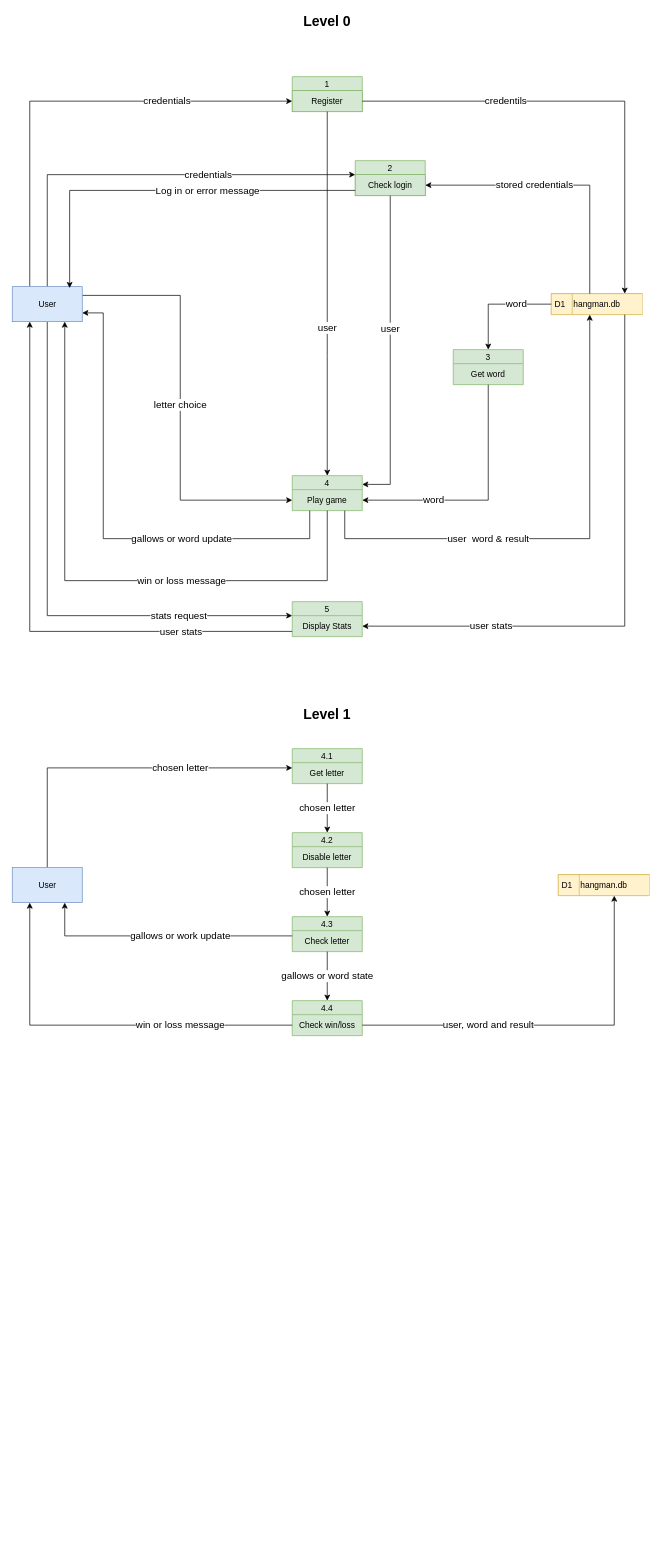
Earlier version of the draw.io diagram page "DFD" (5 of 7) of scenario/scenario_unit_2.drawio (DamoM73/digital-solutions-text). Source tidied: cells renumbered, new cells numbered last; positions are measured from the earlier drawing's top-left corner, leaving out a move shared by most shapes. Both pictures are drawn from the tidied source at 70%, with x=0, y=0 at pixel (12, 13).
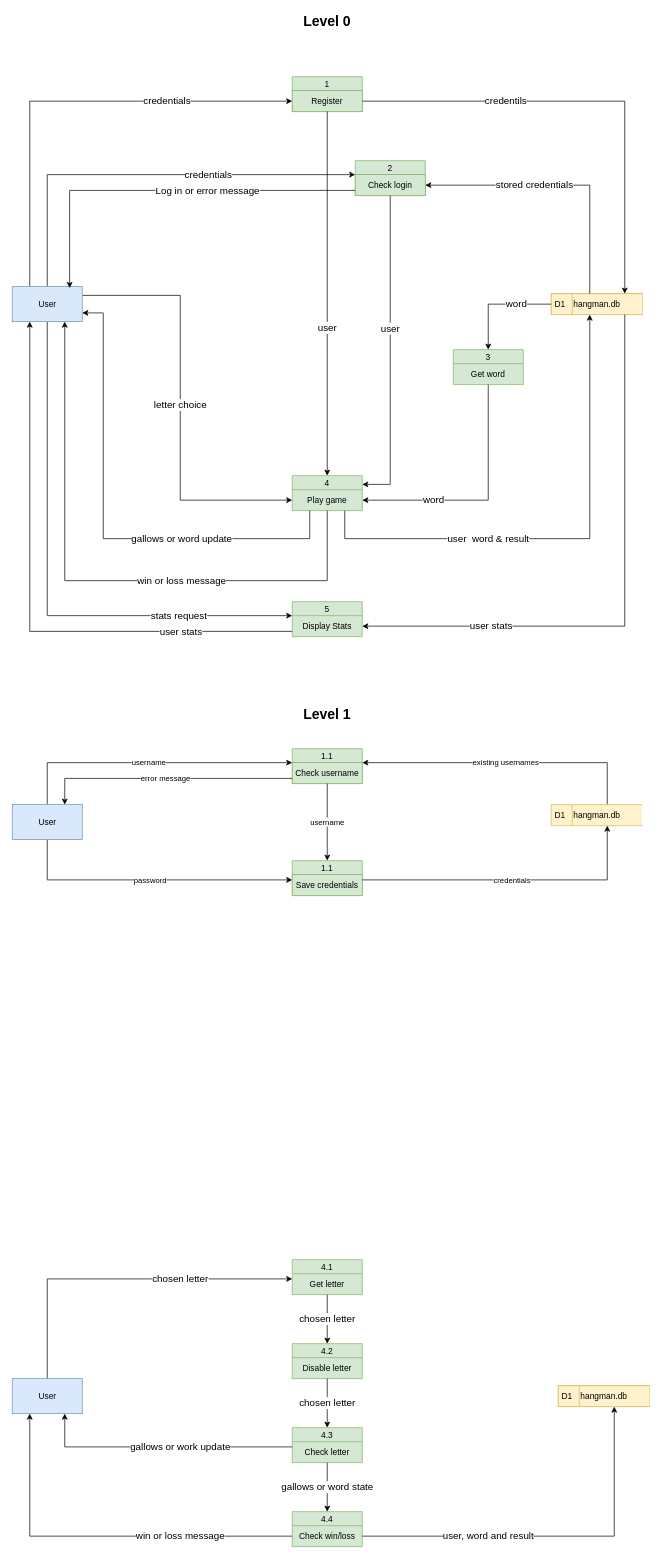
The same page after the edit.

What changed in the source:
```diff
@@
     <mxCell id="18" value="4.1" style="swimlane;fontStyle=0;horizontal=1;startSize=20;fillColor=#d5e8d4;swimlaneFillColor=#D5E8D4;strokeColor=#82b366;" parent="1" vertex="1">
-      <mxGeometry x="400" y="1050" width="100" height="50" as="geometry" />
+      <mxGeometry x="400" y="1780" width="100" height="50" as="geometry" />
     </mxCell>
@@
     <mxCell id="20" value="4.2" style="swimlane;fontStyle=0;horizontal=1;startSize=20;fillColor=#d5e8d4;swimlaneFillColor=#D5E8D4;strokeColor=#82b366;" parent="1" vertex="1">
-      <mxGeometry x="400" y="1170" width="100" height="50" as="geometry" />
+      <mxGeometry x="400" y="1900" width="100" height="50" as="geometry" />
     </mxCell>
@@
     <mxCell id="22" value="4.4" style="swimlane;fontStyle=0;horizontal=1;startSize=20;fillColor=#d5e8d4;swimlaneFillColor=#D5E8D4;strokeColor=#82b366;" parent="1" vertex="1">
-      <mxGeometry x="400" y="1410" width="100" height="50" as="geometry" />
+      <mxGeometry x="400" y="2140" width="100" height="50" as="geometry" />
     </mxCell>
@@
     <mxCell id="36" value="User" style="html=1;dashed=0;whitespace=wrap;fillColor=#dae8fc;strokeColor=#6c8ebf;" parent="1" vertex="1">
-      <mxGeometry y="1220" width="100" height="50" as="geometry" />
+      <mxGeometry y="1950" width="100" height="50" as="geometry" />
     </mxCell>
@@
     <mxCell id="40" value="4.3" style="swimlane;fontStyle=0;horizontal=1;startSize=20;fillColor=#d5e8d4;swimlaneFillColor=#D5E8D4;strokeColor=#82b366;" parent="1" vertex="1">
-      <mxGeometry x="400" y="1290" width="100" height="50" as="geometry" />
+      <mxGeometry x="400" y="2020" width="100" height="50" as="geometry" />
     </mxCell>
@@
     <mxCell id="50" style="group;align=left;fillColor=#fff2cc;strokeColor=#d6b656;" parent="1" vertex="1">
-      <mxGeometry x="780" y="1230" width="130" height="30" as="geometry" />
+      <mxGeometry x="780" y="1960" width="130" height="30" as="geometry" />
     </mxCell>
@@
+    <mxCell id="53" value="username" style="edgeStyle=orthogonalEdgeStyle;rounded=0;jettySize=auto;html=1;exitX=0.5;exitY=0;exitDx=0;exitDy=0;entryX=0;entryY=0;entryDx=0;entryDy=0;" parent="1" edge="1" source="55" target="57">
+      <mxGeometry relative="1" as="geometry">
+        <Array as="points">
+          <mxPoint x="50" y="1070" />
+        </Array>
+      </mxGeometry>
+    </mxCell>
+    <mxCell id="54" value="password" style="edgeStyle=orthogonalEdgeStyle;rounded=0;jettySize=auto;html=1;exitX=0.5;exitY=1;exitDx=0;exitDy=0;entryX=0;entryY=0.25;entryDx=0;entryDy=0;" parent="1" edge="1" source="55" target="64">
+      <mxGeometry relative="1" as="geometry" />
+    </mxCell>
+    <mxCell id="55" value="User" style="html=1;dashed=0;whitespace=wrap;fillColor=#dae8fc;strokeColor=#6c8ebf;" parent="1" vertex="1">
+      <mxGeometry y="1130" width="100" height="50" as="geometry" />
+    </mxCell>
+    <mxCell id="56" value="1.1" style="swimlane;fontStyle=0;horizontal=1;startSize=20;fillColor=#d5e8d4;swimlaneFillColor=#ffffff;strokeColor=#82b366;" parent="1" vertex="1">
+      <mxGeometry x="400" y="1050" width="100" height="50" as="geometry" />
+    </mxCell>
+    <mxCell id="57" value="Check username" style="text;html=1;strokeColor=#82b366;fillColor=#d5e8d4;align=center;verticalAlign=middle;whiteSpace=wrap;rounded=0;" parent="56" vertex="1">
+      <mxGeometry y="20" width="100" height="30" as="geometry" />
+    </mxCell>
+    <mxCell id="58" value="existing usernames" style="edgeStyle=orthogonalEdgeStyle;rounded=0;jettySize=auto;html=1;exitX=0.5;exitY=0;exitDx=0;exitDy=0;entryX=1;entryY=0;entryDx=0;entryDy=0;" parent="1" edge="1" source="62" target="57">
+      <mxGeometry relative="1" as="geometry">
+        <Array as="points">
+          <mxPoint x="850" y="1070" />
+        </Array>
+      </mxGeometry>
+    </mxCell>
+    <mxCell id="59" value="error message" style="edgeStyle=orthogonalEdgeStyle;rounded=0;jettySize=auto;html=1;exitX=0;exitY=0.75;exitDx=0;exitDy=0;entryX=0.75;entryY=0;entryDx=0;entryDy=0;" parent="1" edge="1" source="57" target="55">
+      <mxGeometry relative="1" as="geometry" />
+    </mxCell>
+    <mxCell id="60" style="group;" parent="1" vertex="1">
+      <mxGeometry x="770" y="1130" width="130" height="30" as="geometry" />
+    </mxCell>
+    <mxCell id="61" value="D1" style="html=1;dashed=0;whitespace=wrap;shape=mxgraph.dfd.dataStoreID;align=left;spacingLeft=3;fillColor=#fff2cc;strokeColor=#d6b656;" parent="60" vertex="1">
+      <mxGeometry width="130" height="30" as="geometry" />
+    </mxCell>
+    <mxCell id="62" value="hangman.db" style="text;html=1;strokeColor=none;fillColor=none;align=left;verticalAlign=middle;whiteSpace=wrap;rounded=0;" parent="60" vertex="1">
+      <mxGeometry x="30" width="100" height="30" as="geometry" />
+    </mxCell>
+    <mxCell id="63" value="1.1" style="swimlane;fontStyle=0;horizontal=1;startSize=20;fillColor=#d5e8d4;swimlaneFillColor=#ffffff;strokeColor=#82b366;" parent="1" vertex="1">
+      <mxGeometry x="400" y="1210" width="100" height="50" as="geometry" />
+    </mxCell>
+    <mxCell id="64" value="Save credentials" style="text;html=1;strokeColor=#82b366;fillColor=#d5e8d4;align=center;verticalAlign=middle;whiteSpace=wrap;rounded=0;" parent="63" vertex="1">
+      <mxGeometry y="20" width="100" height="30" as="geometry" />
+    </mxCell>
+    <mxCell id="65" value="username" style="edgeStyle=orthogonalEdgeStyle;rounded=0;jettySize=auto;html=1;exitX=0.5;exitY=1;exitDx=0;exitDy=0;entryX=0.5;entryY=0;entryDx=0;entryDy=0;" parent="1" edge="1" source="57" target="63">
+      <mxGeometry relative="1" as="geometry" />
+    </mxCell>
+    <mxCell id="66" value="credentials" style="edgeStyle=orthogonalEdgeStyle;rounded=0;jettySize=auto;html=1;exitX=1;exitY=0.25;exitDx=0;exitDy=0;entryX=0.5;entryY=1;entryDx=0;entryDy=0;" parent="1" edge="1" source="64" target="62">
+      <mxGeometry relative="1" as="geometry" />
+    </mxCell>
```
